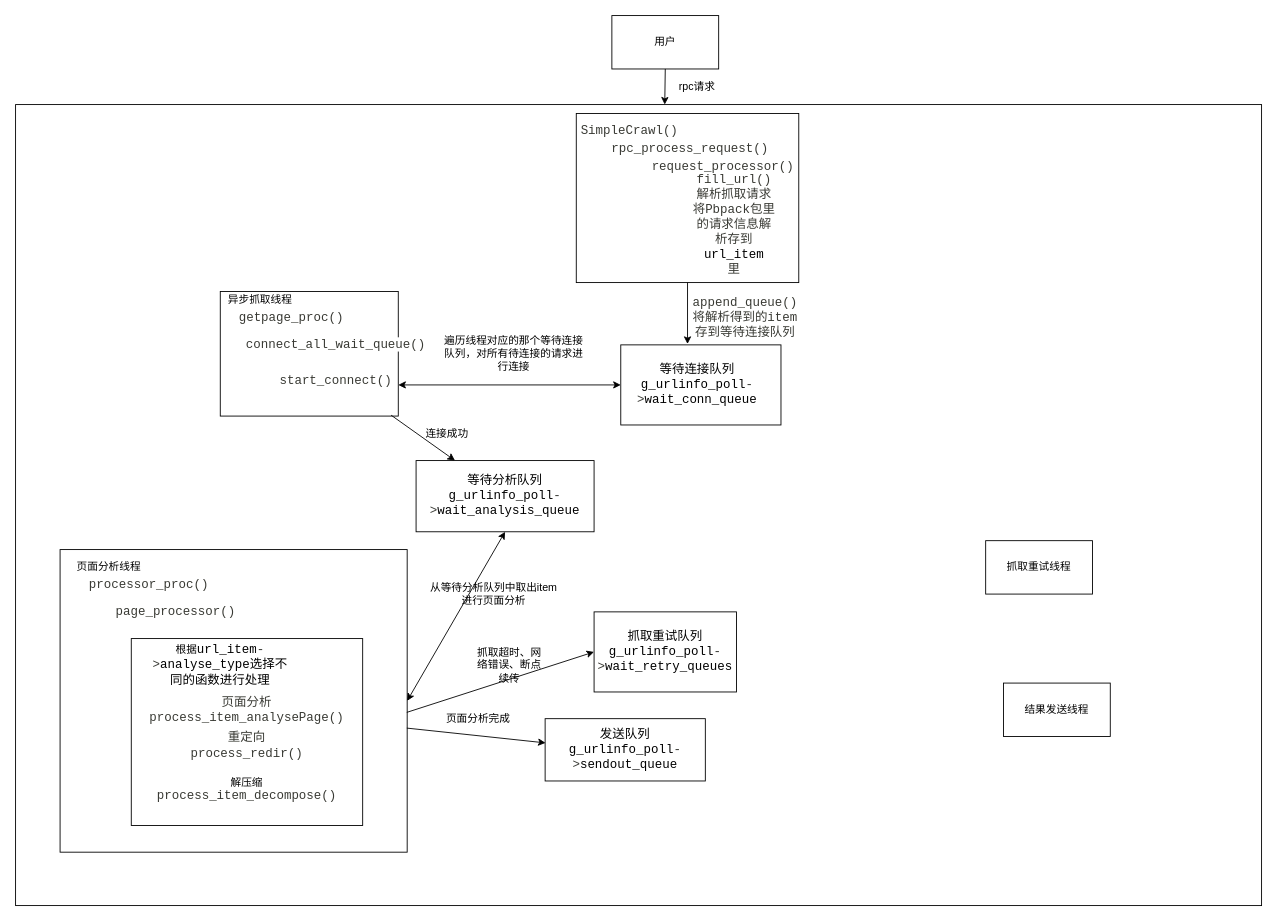
Before: Untitled Diagram.drawio in MekakuCityActors/anime-pictures, a draw.io diagram. Source tidied: cells renumbered, new cells numbered last; positions are measured from the earlier drawing's top-left corner, leaving out a move shared by most shapes. Both pictures are drawn from the tidied source at 89%, with x=0, y=0 at pixel (15, 15).
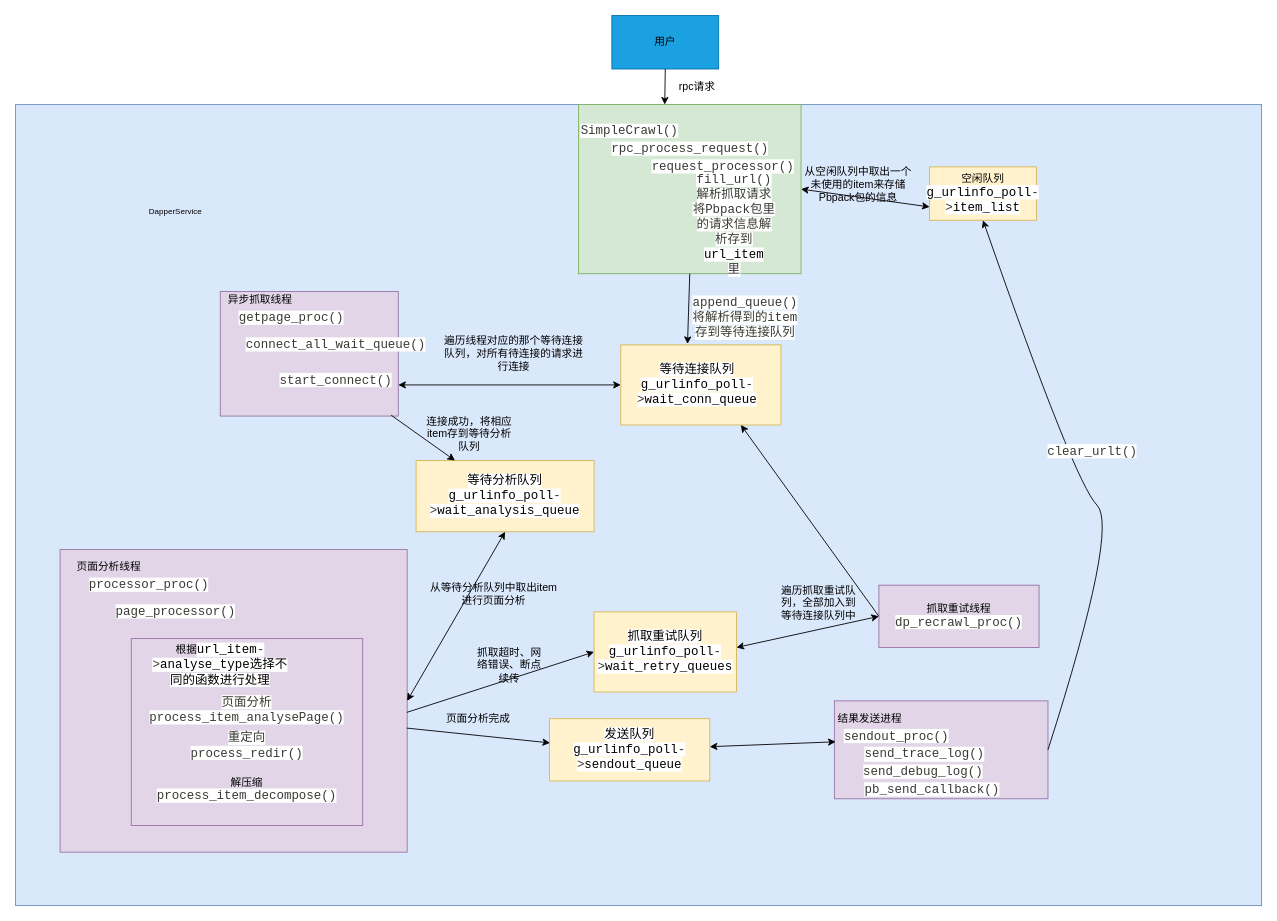
After the change.

The edit, as a diff of the source:
```diff
@@
-    <mxCell id="2" style="rounded=0;whiteSpace=wrap;html=1;" parent="1" vertex="1">
+    <mxCell id="2" style="rounded=0;whiteSpace=wrap;html=1;fillColor=#1ba1e2;strokeColor=#006EAF;fontColor=#ffffff;" parent="1" vertex="1">
       <mxGeometry x="670" width="120" height="60" as="geometry" />
     </mxCell>
@@
-    <mxCell id="5" style="rounded=0;whiteSpace=wrap;html=1;" parent="1" vertex="1">
+    <mxCell id="5" style="rounded=0;whiteSpace=wrap;html=1;fillColor=#dae8fc;strokeColor=#6c8ebf;" parent="1" vertex="1">
       <mxGeometry y="100" width="1400" height="900" as="geometry" />
     </mxCell>
@@
-    <mxCell id="7" style="rounded=0;whiteSpace=wrap;html=1;" parent="1" vertex="1">
-      <mxGeometry x="630" y="110" width="250" height="190" as="geometry" />
+    <mxCell id="7" style="rounded=0;whiteSpace=wrap;html=1;fillColor=#d5e8d4;strokeColor=#82b366;" parent="1" vertex="1">
+      <mxGeometry x="632.5" y="100" width="250" height="190" as="geometry" />
     </mxCell>
@@
-    <mxCell id="14" style="rounded=0;whiteSpace=wrap;html=1;" parent="1" vertex="1">
+    <mxCell id="14" style="rounded=0;whiteSpace=wrap;html=1;fillColor=#fff2cc;strokeColor=#d6b656;" parent="1" vertex="1">
       <mxGeometry x="680" y="370" width="180" height="90" as="geometry" />
     </mxCell>
@@
-    <mxCell id="16" style="rounded=0;whiteSpace=wrap;html=1;" parent="1" vertex="1">
+    <mxCell id="16" style="rounded=0;whiteSpace=wrap;html=1;fillColor=#e1d5e7;strokeColor=#9673a6;" parent="1" vertex="1">
       <mxGeometry x="230" y="310" width="200" height="140" as="geometry" />
     </mxCell>
-    <mxCell id="17" value="抓取重试线程" style="rounded=0;whiteSpace=wrap;html=1;" parent="1" vertex="1">
-      <mxGeometry x="1090" y="590" width="120" height="60" as="geometry" />
+    <mxCell id="17" value="抓取重试线程&lt;br&gt;&lt;span style=&quot;color: rgb(57 , 58 , 52) ; font-family: &amp;#34;consolas&amp;#34; , &amp;#34;menlo&amp;#34; , &amp;#34;courier&amp;#34; , monospace ; font-size: 14px ; background-color: rgb(255 , 255 , 255)&quot;&gt;dp_recrawl_proc()&lt;/span&gt;" style="rounded=0;whiteSpace=wrap;html=1;fillColor=#e1d5e7;strokeColor=#9673a6;" parent="1" vertex="1">
+      <mxGeometry x="970" y="640" width="180" height="70" as="geometry" />
     </mxCell>
-    <mxCell id="18" style="rounded=0;whiteSpace=wrap;html=1;" parent="1" vertex="1">
+    <mxCell id="18" style="rounded=0;whiteSpace=wrap;html=1;fillColor=#e1d5e7;strokeColor=#9673a6;" parent="1" vertex="1">
       <mxGeometry x="50" y="600" width="390" height="340" as="geometry" />
     </mxCell>
-    <mxCell id="19" value="结果发送线程" style="rounded=0;whiteSpace=wrap;html=1;" parent="1" vertex="1">
-      <mxGeometry x="1110" y="750" width="120" height="60" as="geometry" />
+    <mxCell id="19" style="rounded=0;whiteSpace=wrap;html=1;fillColor=#e1d5e7;strokeColor=#9673a6;" parent="1" vertex="1">
+      <mxGeometry x="920" y="770" width="240" height="110" as="geometry" />
     </mxCell>
@@
-    <mxCell id="25" value="&lt;span style=&quot;font-family: &amp;#34;consolas&amp;#34; , &amp;#34;menlo&amp;#34; , &amp;#34;courier&amp;#34; , monospace ; font-size: 14px ; background-color: rgb(255 , 255 , 255)&quot;&gt;等待分析队列g_urlinfo_poll&lt;/span&gt;&lt;span class=&quot;token operator&quot; style=&quot;box-sizing: border-box ; margin: 0px ; padding: 0px ; border: 0px ; font-stretch: inherit ; font-size: 14px ; line-height: inherit ; font-family: &amp;#34;consolas&amp;#34; , &amp;#34;menlo&amp;#34; , &amp;#34;courier&amp;#34; , monospace ; color: rgb(57 , 58 , 52) ; background-color: rgb(255 , 255 , 255)&quot;&gt;-&amp;gt;&lt;/span&gt;&lt;span style=&quot;font-family: &amp;#34;consolas&amp;#34; , &amp;#34;menlo&amp;#34; , &amp;#34;courier&amp;#34; , monospace ; font-size: 14px ; background-color: rgb(255 , 255 , 255)&quot;&gt;wait_analysis_queue&lt;/span&gt;" style="rounded=0;whiteSpace=wrap;html=1;" parent="1" vertex="1">
+    <mxCell id="25" value="&lt;span style=&quot;font-family: &amp;#34;consolas&amp;#34; , &amp;#34;menlo&amp;#34; , &amp;#34;courier&amp;#34; , monospace ; font-size: 14px ; background-color: rgb(255 , 255 , 255)&quot;&gt;等待分析队列g_urlinfo_poll&lt;/span&gt;&lt;span class=&quot;token operator&quot; style=&quot;box-sizing: border-box ; margin: 0px ; padding: 0px ; border: 0px ; font-stretch: inherit ; font-size: 14px ; line-height: inherit ; font-family: &amp;#34;consolas&amp;#34; , &amp;#34;menlo&amp;#34; , &amp;#34;courier&amp;#34; , monospace ; color: rgb(57 , 58 , 52) ; background-color: rgb(255 , 255 , 255)&quot;&gt;-&amp;gt;&lt;/span&gt;&lt;span style=&quot;font-family: &amp;#34;consolas&amp;#34; , &amp;#34;menlo&amp;#34; , &amp;#34;courier&amp;#34; , monospace ; font-size: 14px ; background-color: rgb(255 , 255 , 255)&quot;&gt;wait_analysis_queue&lt;/span&gt;" style="rounded=0;whiteSpace=wrap;html=1;fillColor=#fff2cc;strokeColor=#d6b656;" parent="1" vertex="1">
       <mxGeometry x="450" y="500" width="200" height="80" as="geometry" />
     </mxCell>
@@
-    <mxCell id="27" value="连接成功" style="text;html=1;strokeColor=none;fillColor=none;align=center;verticalAlign=middle;whiteSpace=wrap;rounded=0;" parent="1" vertex="1">
-      <mxGeometry x="460" y="460" width="50" height="20" as="geometry" />
+    <mxCell id="27" value="连接成功，将相应item存到等待分析队列" style="text;html=1;strokeColor=none;fillColor=none;align=center;verticalAlign=middle;whiteSpace=wrap;rounded=0;" parent="1" vertex="1">
+      <mxGeometry x="460" y="460" width="100" height="20" as="geometry" />
     </mxCell>
@@
-    <mxCell id="34" style="rounded=0;whiteSpace=wrap;html=1;" parent="1" vertex="1">
+    <mxCell id="34" style="rounded=0;whiteSpace=wrap;html=1;fillColor=#e1d5e7;strokeColor=#9673a6;" parent="1" vertex="1">
       <mxGeometry x="130" y="700" width="260" height="210" as="geometry" />
     </mxCell>
@@
-    <mxCell id="39" value="&lt;span style=&quot;font-family: &amp;#34;consolas&amp;#34; , &amp;#34;menlo&amp;#34; , &amp;#34;courier&amp;#34; , monospace ; font-size: 14px ; background-color: rgb(255 , 255 , 255)&quot;&gt;发送队列g_urlinfo_poll&lt;/span&gt;&lt;span class=&quot;token operator&quot; style=&quot;box-sizing: border-box ; margin: 0px ; padding: 0px ; border: 0px ; font-stretch: inherit ; font-size: 14px ; line-height: inherit ; font-family: &amp;#34;consolas&amp;#34; , &amp;#34;menlo&amp;#34; , &amp;#34;courier&amp;#34; , monospace ; color: rgb(57 , 58 , 52) ; background-color: rgb(255 , 255 , 255)&quot;&gt;-&amp;gt;&lt;/span&gt;&lt;span style=&quot;font-family: &amp;#34;consolas&amp;#34; , &amp;#34;menlo&amp;#34; , &amp;#34;courier&amp;#34; , monospace ; font-size: 14px ; background-color: rgb(255 , 255 , 255)&quot;&gt;sendout_queue&lt;/span&gt;" style="rounded=0;whiteSpace=wrap;html=1;" parent="1" vertex="1">
-      <mxGeometry x="595" y="790" width="180" height="70" as="geometry" />
+    <mxCell id="39" value="&lt;span style=&quot;font-family: &amp;#34;consolas&amp;#34; , &amp;#34;menlo&amp;#34; , &amp;#34;courier&amp;#34; , monospace ; font-size: 14px ; background-color: rgb(255 , 255 , 255)&quot;&gt;发送队列g_urlinfo_poll&lt;/span&gt;&lt;span class=&quot;token operator&quot; style=&quot;box-sizing: border-box ; margin: 0px ; padding: 0px ; border: 0px ; font-stretch: inherit ; font-size: 14px ; line-height: inherit ; font-family: &amp;#34;consolas&amp;#34; , &amp;#34;menlo&amp;#34; , &amp;#34;courier&amp;#34; , monospace ; color: rgb(57 , 58 , 52) ; background-color: rgb(255 , 255 , 255)&quot;&gt;-&amp;gt;&lt;/span&gt;&lt;span style=&quot;font-family: &amp;#34;consolas&amp;#34; , &amp;#34;menlo&amp;#34; , &amp;#34;courier&amp;#34; , monospace ; font-size: 14px ; background-color: rgb(255 , 255 , 255)&quot;&gt;sendout_queue&lt;/span&gt;" style="rounded=0;whiteSpace=wrap;html=1;fillColor=#fff2cc;strokeColor=#d6b656;" parent="1" vertex="1">
+      <mxGeometry x="600" y="790" width="180" height="70" as="geometry" />
     </mxCell>
@@
-    <mxCell id="42" value="&lt;span style=&quot;font-family: &amp;#34;consolas&amp;#34; , &amp;#34;menlo&amp;#34; , &amp;#34;courier&amp;#34; , monospace ; font-size: 14px ; background-color: rgb(255 , 255 , 255)&quot;&gt;抓取重试队列g_urlinfo_poll&lt;/span&gt;&lt;span class=&quot;token operator&quot; style=&quot;box-sizing: border-box ; margin: 0px ; padding: 0px ; border: 0px ; font-stretch: inherit ; font-size: 14px ; line-height: inherit ; font-family: &amp;#34;consolas&amp;#34; , &amp;#34;menlo&amp;#34; , &amp;#34;courier&amp;#34; , monospace ; color: rgb(57 , 58 , 52) ; background-color: rgb(255 , 255 , 255)&quot;&gt;-&amp;gt;&lt;/span&gt;&lt;span style=&quot;font-family: &amp;#34;consolas&amp;#34; , &amp;#34;menlo&amp;#34; , &amp;#34;courier&amp;#34; , monospace ; font-size: 14px ; background-color: rgb(255 , 255 , 255)&quot;&gt;wait_retry_queues&lt;/span&gt;" style="rounded=0;whiteSpace=wrap;html=1;" parent="1" vertex="1">
+    <mxCell id="42" value="&lt;span style=&quot;font-family: &amp;#34;consolas&amp;#34; , &amp;#34;menlo&amp;#34; , &amp;#34;courier&amp;#34; , monospace ; font-size: 14px ; background-color: rgb(255 , 255 , 255)&quot;&gt;抓取重试队列g_urlinfo_poll&lt;/span&gt;&lt;span class=&quot;token operator&quot; style=&quot;box-sizing: border-box ; margin: 0px ; padding: 0px ; border: 0px ; font-stretch: inherit ; font-size: 14px ; line-height: inherit ; font-family: &amp;#34;consolas&amp;#34; , &amp;#34;menlo&amp;#34; , &amp;#34;courier&amp;#34; , monospace ; color: rgb(57 , 58 , 52) ; background-color: rgb(255 , 255 , 255)&quot;&gt;-&amp;gt;&lt;/span&gt;&lt;span style=&quot;font-family: &amp;#34;consolas&amp;#34; , &amp;#34;menlo&amp;#34; , &amp;#34;courier&amp;#34; , monospace ; font-size: 14px ; background-color: rgb(255 , 255 , 255)&quot;&gt;wait_retry_queues&lt;/span&gt;" style="rounded=0;whiteSpace=wrap;html=1;fillColor=#fff2cc;strokeColor=#d6b656;" parent="1" vertex="1">
       <mxGeometry x="650" y="670" width="160" height="90" as="geometry" />
     </mxCell>
@@
+    <mxCell id="45" style="endArrow=classic;startArrow=classic;html=1;entryX=0;entryY=0.5;entryDx=0;entryDy=0;" parent="1" edge="1" target="17">
+      <mxGeometry relative="1" as="geometry">
+        <mxPoint x="810" y="710" as="sourcePoint" />
+      </mxGeometry>
+    </mxCell>
+    <mxCell id="46" value="遍历抓取重试队列，全部加入到等待连接队列中" style="text;html=1;strokeColor=none;fillColor=none;align=center;verticalAlign=middle;whiteSpace=wrap;rounded=0;" parent="1" vertex="1">
+      <mxGeometry x="855" y="650" width="95" height="20" as="geometry" />
+    </mxCell>
+    <mxCell id="47" style="endArrow=classic;html=1;exitX=0;exitY=0.5;exitDx=0;exitDy=0;entryX=0.75;entryY=1;entryDx=0;entryDy=0;" parent="1" edge="1" source="17" target="14">
+      <mxGeometry relative="1" as="geometry" />
+    </mxCell>
+    <mxCell id="48" style="endArrow=classic;startArrow=classic;html=1;entryX=0.006;entryY=0.418;entryDx=0;entryDy=0;entryPerimeter=0;" parent="1" edge="1" source="39" target="19">
+      <mxGeometry relative="1" as="geometry" />
+    </mxCell>
+    <mxCell id="49" value="&lt;span style=&quot;color: rgb(57 , 58 , 52) ; font-family: &amp;#34;consolas&amp;#34; , &amp;#34;menlo&amp;#34; , &amp;#34;courier&amp;#34; , monospace ; font-size: 14px&quot;&gt;send_trace_log()&lt;/span&gt;" style="edgeLabel;html=1;align=center;verticalAlign=middle;" parent="48" vertex="1">
+      <mxGeometry x="-0.24" y="1" relative="1" as="geometry">
+        <mxPoint x="186.3" y="11.6" as="offset" />
+      </mxGeometry>
+    </mxCell>
+    <mxCell id="50" value="结果发送进程" style="text;html=1;strokeColor=none;fillColor=none;align=center;verticalAlign=middle;whiteSpace=wrap;rounded=0;" parent="1" vertex="1">
+      <mxGeometry x="920" y="780" width="80" height="20" as="geometry" />
+    </mxCell>
+    <mxCell id="51" value="&lt;span style=&quot;color: rgb(57 , 58 , 52) ; font-family: &amp;#34;consolas&amp;#34; , &amp;#34;menlo&amp;#34; , &amp;#34;courier&amp;#34; , monospace ; font-size: 14px ; background-color: rgb(255 , 255 , 255)&quot;&gt;sendout_proc()&lt;/span&gt;" style="text;html=1;strokeColor=none;fillColor=none;align=center;verticalAlign=middle;whiteSpace=wrap;rounded=0;" parent="1" vertex="1">
+      <mxGeometry x="970" y="800" width="40" height="20" as="geometry" />
+    </mxCell>
+    <mxCell id="52" value="&lt;span style=&quot;color: rgb(57 , 58 , 52) ; font-family: &amp;#34;consolas&amp;#34; , &amp;#34;menlo&amp;#34; , &amp;#34;courier&amp;#34; , monospace ; font-size: 14px ; background-color: rgb(255 , 255 , 255)&quot;&gt;send_debug_log()&lt;/span&gt;" style="text;html=1;strokeColor=none;fillColor=none;align=center;verticalAlign=middle;whiteSpace=wrap;rounded=0;" parent="1" vertex="1">
+      <mxGeometry x="1000" y="840" width="40" height="20" as="geometry" />
+    </mxCell>
+    <mxCell id="53" value="&lt;span style=&quot;color: rgb(57 , 58 , 52) ; font-family: &amp;#34;consolas&amp;#34; , &amp;#34;menlo&amp;#34; , &amp;#34;courier&amp;#34; , monospace ; font-size: 14px ; background-color: rgb(255 , 255 , 255)&quot;&gt;pb_send_callback()&lt;/span&gt;" style="text;html=1;strokeColor=none;fillColor=none;align=center;verticalAlign=middle;whiteSpace=wrap;rounded=0;" parent="1" vertex="1">
+      <mxGeometry x="1010" y="860" width="40" height="20" as="geometry" />
+    </mxCell>
+    <mxCell id="54" value="空闲队列&lt;br&gt;&lt;span style=&quot;font-family: &amp;#34;consolas&amp;#34; , &amp;#34;menlo&amp;#34; , &amp;#34;courier&amp;#34; , monospace ; font-size: 14px ; background-color: rgb(255 , 255 , 255)&quot;&gt;g_urlinfo_poll&lt;/span&gt;&lt;span class=&quot;token operator&quot; style=&quot;box-sizing: border-box ; margin: 0px ; padding: 0px ; border: 0px ; font-stretch: inherit ; font-size: 14px ; line-height: inherit ; font-family: &amp;#34;consolas&amp;#34; , &amp;#34;menlo&amp;#34; , &amp;#34;courier&amp;#34; , monospace ; color: rgb(57 , 58 , 52) ; background-color: rgb(255 , 255 , 255)&quot;&gt;-&amp;gt;&lt;/span&gt;&lt;span style=&quot;font-family: &amp;#34;consolas&amp;#34; , &amp;#34;menlo&amp;#34; , &amp;#34;courier&amp;#34; , monospace ; font-size: 14px ; background-color: rgb(255 , 255 , 255)&quot;&gt;item_list&lt;/span&gt;" style="rounded=0;whiteSpace=wrap;html=1;fillColor=#fff2cc;strokeColor=#d6b656;" parent="1" vertex="1">
+      <mxGeometry x="1027" y="170" width="120" height="60" as="geometry" />
+    </mxCell>
+    <mxCell id="55" style="endArrow=classic;startArrow=classic;html=1;entryX=0;entryY=0.75;entryDx=0;entryDy=0;exitX=1;exitY=0.5;exitDx=0;exitDy=0;" parent="1" edge="1" source="7" target="54">
+      <mxGeometry relative="1" as="geometry" />
+    </mxCell>
+    <mxCell id="56" value="从空闲队列中取出一个未使用的item来存储Pbpack包的信息" style="text;html=1;strokeColor=none;fillColor=none;align=center;verticalAlign=middle;whiteSpace=wrap;rounded=0;" parent="1" vertex="1">
+      <mxGeometry x="882.5" y="180" width="127.5" height="20" as="geometry" />
+    </mxCell>
+    <mxCell id="57" style="curved=1;endArrow=classic;html=1;exitX=1;exitY=0.5;exitDx=0;exitDy=0;entryX=0.5;entryY=1;entryDx=0;entryDy=0;" parent="1" edge="1" source="19" target="54">
+      <mxGeometry relative="1" as="geometry">
+        <Array as="points">
+          <mxPoint x="1240" y="575" />
+          <mxPoint x="1190" y="525" />
+        </Array>
+      </mxGeometry>
+    </mxCell>
+    <mxCell id="58" value="&lt;span style=&quot;color: rgb(57 , 58 , 52) ; font-family: &amp;#34;consolas&amp;#34; , &amp;#34;menlo&amp;#34; , &amp;#34;courier&amp;#34; , monospace ; font-size: 14px ; background-color: rgb(255 , 255 , 255)&quot;&gt;clear_urlt()&lt;/span&gt;" style="text;html=1;strokeColor=none;fillColor=none;align=center;verticalAlign=middle;whiteSpace=wrap;rounded=0;" parent="1" vertex="1">
+      <mxGeometry x="1190" y="480" width="40" height="20" as="geometry" />
+    </mxCell>
+    <mxCell id="59" value="&lt;font style=&quot;font-size: 9px&quot;&gt;DapperService&lt;/font&gt;" style="text;html=1;strokeColor=none;fillColor=none;align=center;verticalAlign=middle;whiteSpace=wrap;rounded=0;" parent="1" vertex="1">
+      <mxGeometry x="60" y="160" width="240" height="120" as="geometry" />
+    </mxCell>
```
